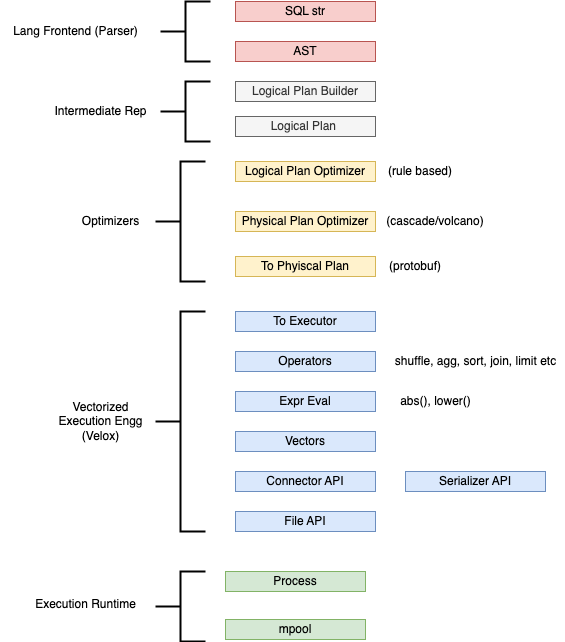
Earlier version of the draw.io export docs/imgs/data_engine.png (dborchard/tiny-planner). Source tidied: cells renumbered, new cells last; positions are measured from the earlier drawing's top-left corner, leaving out a move shared by most shapes.
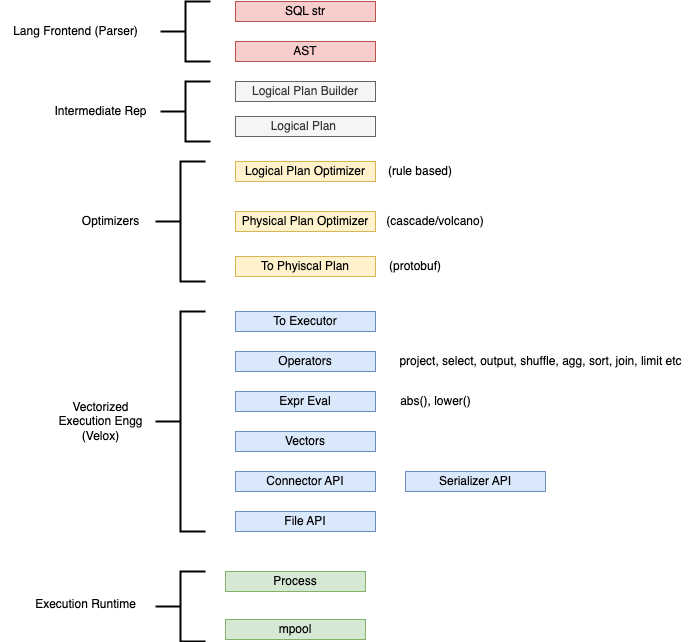
The same diagram one commit later.

The edit, as a diff of the source:
```diff
@@ -74,8 +74,8 @@
     <mxCell id="25" value="Optimizers" style="text;html=1;align=center;verticalAlign=middle;strokeColor=none;fillColor=none;" parent="1" vertex="1">
       <mxGeometry x="70" y="205" width="80" height="30" as="geometry" />
     </mxCell>
-    <mxCell id="26" value="shuffle, agg, sort, join, limit etc" style="text;html=1;align=center;verticalAlign=middle;strokeColor=none;fillColor=none;" parent="1" vertex="1">
-      <mxGeometry x="385" y="345" width="180" height="30" as="geometry" />
+    <mxCell id="26" value="project, select, output, shuffle, agg, sort, join, limit etc" style="text;html=1;align=center;verticalAlign=middle;strokeColor=none;fillColor=none;" parent="1" vertex="1">
+      <mxGeometry x="385" y="345" width="310" height="30" as="geometry" />
     </mxCell>
     <mxCell id="27" value="abs(), lower()" style="text;html=1;align=center;verticalAlign=middle;strokeColor=none;fillColor=none;" parent="1" vertex="1">
       <mxGeometry x="390" y="385" width="90" height="30" as="geometry" />
```
